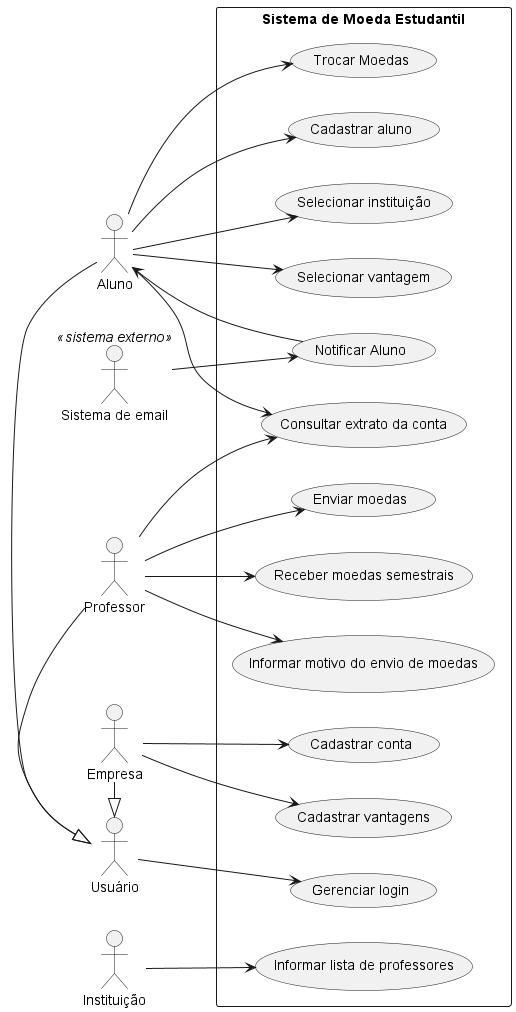
The PlantUML diagram docs/diagramas/caso-de-uso.png in brunokilo/lab03-projetoSoftware, before a commit.
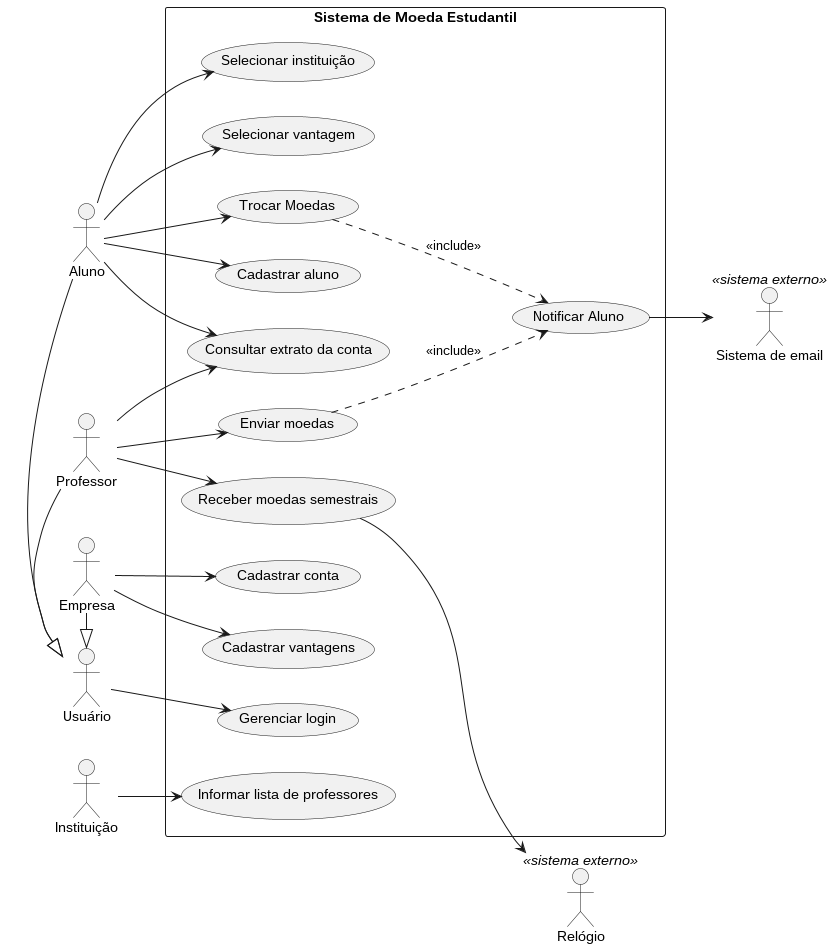
Later version of the same file.

Commit message:
docs: caso de uso sem o UC07, com relógio e inclusão da notificação

The edit, as a diff of the source:
```diff
@@ -1,8 +1,9 @@
-@startuml
+@startuml caso_de_uso
 left to right direction
 skinparam packageStyle rectangle
 
 actor "Sistema de email" as Sistema_de_email <<sistema externo>>
+actor "Relógio" as Relogio <<sistema externo>>
 actor "Usuário" as Usuario
 actor  Aluno
 actor  Professor
@@ -20,7 +21,6 @@
     usecase "Enviar moedas" as UC04
     usecase "Notificar Aluno" as UC05
     usecase "Trocar Moedas" as UC06
-    usecase "Informar motivo do envio de moedas" as UC07
     usecase "Consultar extrato da conta" as UC08
     usecase "Informar lista de professores" as UC09
     usecase "Cadastrar conta" as UC10
@@ -36,17 +36,17 @@
 Aluno --> UC03
 Aluno --> UC06
 Aluno --> UC08
+UC06 ..> UC05 : <<include>>
+UC04 ..> UC05 : <<include>>
 
 Professor --> UC04
-Professor --> UC07
 Professor --> UC08
 Professor --> UC13
+UC13 --> Relogio
 
-Sistema_de_email --> UC05
-UC05 --> Aluno
+UC05 -->  Sistema_de_email
 
 Instituicao --> UC09
-
 Empresa --> UC10
 Empresa --> UC11
 @enduml
```
